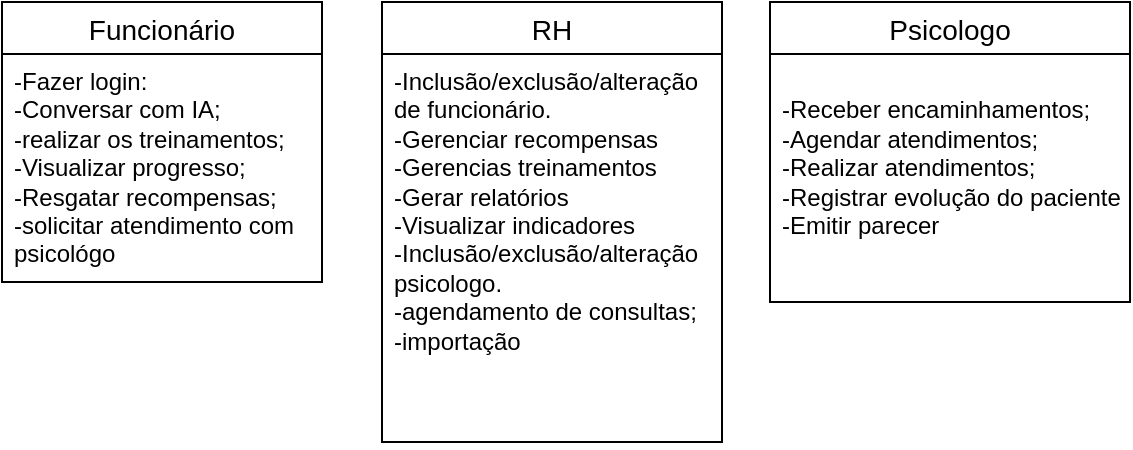
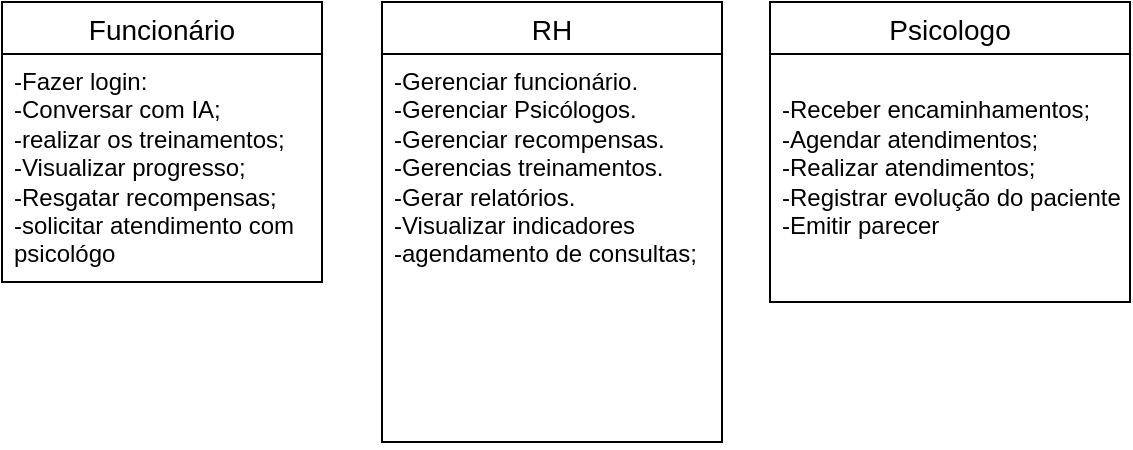
<mxfile host="app.diagrams.net">
  <diagram name="Página-1" id="Olnqo0z5X7HrJRJVDCDp">
    <mxGraphModel dx="703" dy="582" grid="1" gridSize="10" guides="1" tooltips="1" connect="1" arrows="1" fold="1" page="1" pageScale="1" pageWidth="827" pageHeight="1169" math="0" shadow="0">
      <root>
        <mxCell id="0" />
        <mxCell id="1" parent="0" />
        <mxCell id="BrtYY052EfEOkjj2CXpA-1" parent="1" style="swimlane;fontStyle=0;childLayout=stackLayout;horizontal=1;startSize=26;horizontalStack=0;resizeParent=1;resizeParentMax=0;resizeLast=0;collapsible=1;marginBottom=0;align=center;fontSize=14;" value="Funcionário" vertex="1">
          <mxGeometry height="140" width="160" x="30" y="130" as="geometry" />
        </mxCell>
        <mxCell id="BrtYY052EfEOkjj2CXpA-3" parent="BrtYY052EfEOkjj2CXpA-1" style="text;strokeColor=none;fillColor=none;spacingLeft=4;spacingRight=4;overflow=hidden;rotatable=0;points=[[0,0.5],[1,0.5]];portConstraint=eastwest;fontSize=12;whiteSpace=wrap;html=1;" value="-Fazer login:&lt;br&gt;-Conversar com IA;&lt;br&gt;-realizar os treinamentos;&lt;br&gt;-Visualizar progresso;&lt;br&gt;-Resgatar recompensas;&lt;br&gt;-solicitar atendimento com psicológo" vertex="1">
          <mxGeometry height="114" width="160" y="26" as="geometry" />
        </mxCell>
        <mxCell id="BrtYY052EfEOkjj2CXpA-5" parent="1" style="swimlane;fontStyle=0;childLayout=stackLayout;horizontal=1;startSize=26;horizontalStack=0;resizeParent=1;resizeParentMax=0;resizeLast=0;collapsible=1;marginBottom=0;align=center;fontSize=14;" value="RH" vertex="1">
          <mxGeometry height="220" width="170" x="220" y="130" as="geometry" />
        </mxCell>
-         <mxCell id="BrtYY052EfEOkjj2CXpA-6" parent="BrtYY052EfEOkjj2CXpA-5" style="text;strokeColor=none;fillColor=none;spacingLeft=4;spacingRight=4;overflow=hidden;rotatable=0;points=[[0,0.5],[1,0.5]];portConstraint=eastwest;fontSize=12;whiteSpace=wrap;html=1;" value="-Inclusão/exclusão/alteração de funcionário.&lt;div&gt;-Gerenciar recompensas&lt;br&gt;-Gerencias treinamentos&lt;br&gt;-Gerar relatórios&lt;br&gt;-Visualizar indicadores&lt;br&gt;-Inclusão/exclusão/alteração psicologo.&lt;br&gt;-agendamento de consultas;&lt;br&gt;-importação&amp;nbsp;&lt;/div&gt;" vertex="1">
+         <mxCell id="BrtYY052EfEOkjj2CXpA-6" parent="BrtYY052EfEOkjj2CXpA-5" style="text;strokeColor=none;fillColor=none;spacingLeft=4;spacingRight=4;overflow=hidden;rotatable=0;points=[[0,0.5],[1,0.5]];portConstraint=eastwest;fontSize=12;whiteSpace=wrap;html=1;" value="-Gerenciar funcionário.&lt;br&gt;-Gerenciar Psicólogos.&lt;br&gt;&lt;div&gt;-Gerenciar recompensas.&lt;br&gt;-Gerencias treinamentos.&lt;br&gt;-Gerar relatórios.&lt;br&gt;-Visualizar indicadores&lt;br&gt;-agendamento de consultas;&lt;br&gt;&lt;br&gt;&lt;/div&gt;" vertex="1">
          <mxGeometry height="194" width="170" y="26" as="geometry" />
        </mxCell>
        <mxCell id="BrtYY052EfEOkjj2CXpA-8" parent="1" style="swimlane;fontStyle=0;childLayout=stackLayout;horizontal=1;startSize=26;horizontalStack=0;resizeParent=1;resizeParentMax=0;resizeLast=0;collapsible=1;marginBottom=0;align=center;fontSize=14;" value="Psicologo" vertex="1">
          <mxGeometry height="150" width="180" x="414" y="130" as="geometry" />
        </mxCell>
        <mxCell id="BrtYY052EfEOkjj2CXpA-9" parent="BrtYY052EfEOkjj2CXpA-8" style="text;strokeColor=none;fillColor=none;spacingLeft=4;spacingRight=4;overflow=hidden;rotatable=0;points=[[0,0.5],[1,0.5]];portConstraint=eastwest;fontSize=12;whiteSpace=wrap;html=1;" value="&lt;div&gt;&lt;br&gt;-Receber encaminhamentos;&lt;br&gt;-Agendar atendimentos;&lt;br&gt;-Realizar atendimentos;&lt;br&gt;-Registrar evolução do paciente&lt;br&gt;-Emitir parecer&lt;/div&gt;" vertex="1">
          <mxGeometry height="124" width="180" y="26" as="geometry" />
        </mxCell>
      </root>
    </mxGraphModel>
  </diagram>
</mxfile>
